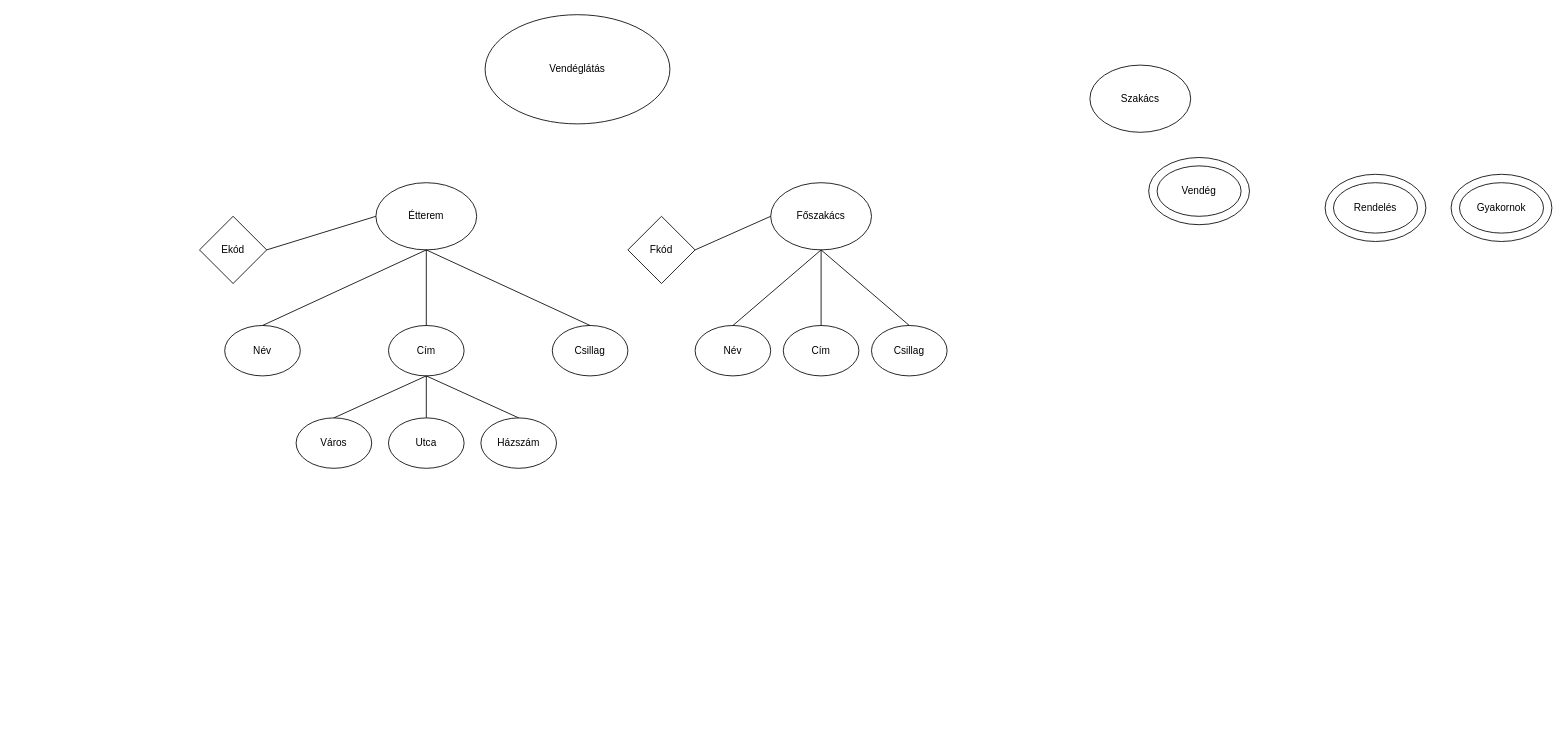
Above: XGBT95_1008/XDMXGBT95.drawio in vaszil1337/XGBT95WebXML (draw.io), before the change. Source tidied: cells renumbered, new cells numbered last; positions are measured from the earlier drawing's top-left corner, leaving out a move shared by most shapes. Both pictures are drawn from the tidied source at 84%, with x=0, y=0 at pixel (199, 14).
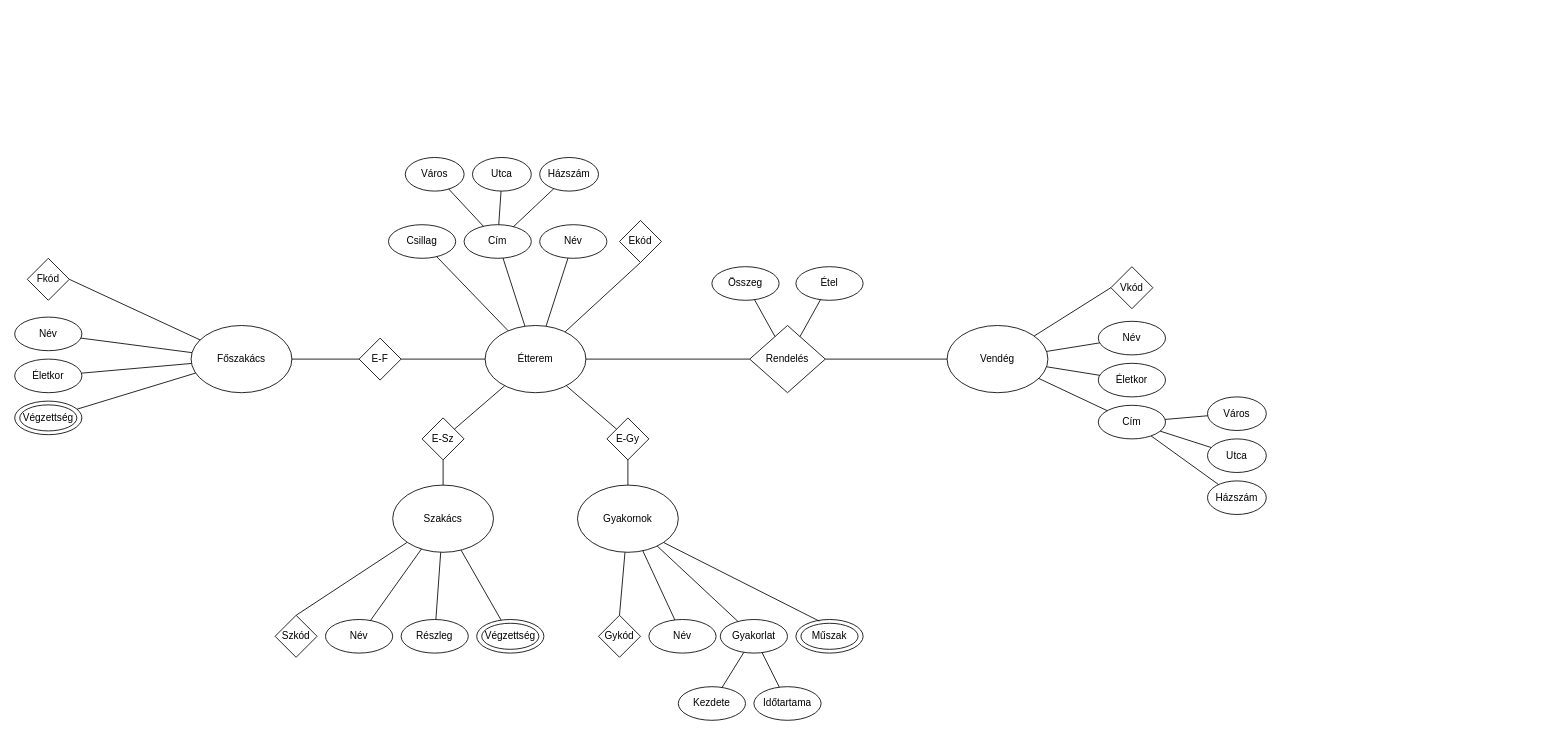
The same diagram, later.

What changed in the source:
```diff
@@
-    <mxCell id="2" value="Vendéglátás" style="ellipse;whiteSpace=wrap;html=1;" parent="1" vertex="1">
-      <mxGeometry x="340" width="220" height="130" as="geometry" />
-    </mxCell>
+    <mxCell id="25" value="Főszakács" style="ellipse;whiteSpace=wrap;html=1;" parent="1" vertex="1">
+      <mxGeometry x="-10" y="370" width="120" height="80" as="geometry" />
+    </mxCell>
+    <mxCell id="34" value="Név" style="ellipse;whiteSpace=wrap;html=1;" parent="1" vertex="1">
+      <mxGeometry x="-220" y="360" width="80" height="40" as="geometry" />
+    </mxCell>
+    <mxCell id="35" value="Életkor" style="ellipse;whiteSpace=wrap;html=1;" parent="1" vertex="1">
+      <mxGeometry x="-220" y="410" width="80" height="40" as="geometry" />
+    </mxCell>
+    <mxCell id="36" value="Végzettség" style="ellipse;whiteSpace=wrap;html=1;" parent="1" vertex="1">
+      <mxGeometry x="-220" y="460" width="80" height="40" as="geometry" />
+    </mxCell>
+    <mxCell id="33" style="endArrow=none;exitX=1;exitY=0.5;exitDx=0;exitDy=0;" parent="1" edge="1" source="26" target="25">
+      <mxGeometry relative="1" as="geometry" />
+    </mxCell>
+    <mxCell id="37" style="endArrow=none;" parent="1" edge="1" source="34" target="25">
+      <mxGeometry relative="1" as="geometry" />
+    </mxCell>
+    <mxCell id="38" style="endArrow=none;" parent="1" edge="1" source="35" target="25">
+      <mxGeometry relative="1" as="geometry" />
+    </mxCell>
+    <mxCell id="39" style="endArrow=none;" parent="1" edge="1" source="36" target="25">
+      <mxGeometry relative="1" as="geometry" />
+    </mxCell>
+    <mxCell id="4" value="Étterem" style="ellipse;whiteSpace=wrap;html=1;" parent="1" vertex="1">
+      <mxGeometry x="340" y="370" width="120" height="80" as="geometry" />
+    </mxCell>
+    <mxCell id="40" value="Név" style="ellipse;whiteSpace=wrap;html=1;" parent="1" vertex="1">
+      <mxGeometry x="405" y="250" width="80" height="40" as="geometry" />
+    </mxCell>
+    <mxCell id="41" value="Cím" style="ellipse;whiteSpace=wrap;html=1;" parent="1" vertex="1">
+      <mxGeometry x="315" y="250" width="80" height="40" as="geometry" />
+    </mxCell>
+    <mxCell id="42" value="Csillag" style="ellipse;whiteSpace=wrap;html=1;" parent="1" vertex="1">
+      <mxGeometry x="225" y="250" width="80" height="40" as="geometry" />
+    </mxCell>
+    <mxCell id="43" value="Város" style="ellipse;whiteSpace=wrap;html=1;" parent="1" vertex="1">
+      <mxGeometry x="245" y="170" width="70" height="40" as="geometry" />
+    </mxCell>
+    <mxCell id="44" value="Utca" style="ellipse;whiteSpace=wrap;html=1;" parent="1" vertex="1">
+      <mxGeometry x="325" y="170" width="70" height="40" as="geometry" />
+    </mxCell>
+    <mxCell id="45" value="Házszám" style="ellipse;whiteSpace=wrap;html=1;" parent="1" vertex="1">
+      <mxGeometry x="405" y="170" width="70" height="40" as="geometry" />
+    </mxCell>
+    <mxCell id="24" style="endArrow=none;exitX=0.5;exitY=1;exitDx=0;exitDy=0;" parent="1" edge="1" source="11" target="4">
+      <mxGeometry relative="1" as="geometry" />
+    </mxCell>
+    <mxCell id="46" style="endArrow=none;" parent="1" edge="1" source="40" target="4">
+      <mxGeometry relative="1" as="geometry" />
+    </mxCell>
+    <mxCell id="47" style="endArrow=none;" parent="1" edge="1" source="41" target="4">
+      <mxGeometry relative="1" as="geometry" />
+    </mxCell>
+    <mxCell id="48" style="endArrow=none;" parent="1" edge="1" source="42" target="4">
+      <mxGeometry relative="1" as="geometry" />
+    </mxCell>
+    <mxCell id="49" style="endArrow=none;" parent="1" edge="1" source="43" target="41">
+      <mxGeometry relative="1" as="geometry" />
+    </mxCell>
+    <mxCell id="50" style="endArrow=none;" parent="1" edge="1" source="44" target="41">
+      <mxGeometry relative="1" as="geometry" />
+    </mxCell>
+    <mxCell id="51" style="endArrow=none;" parent="1" edge="1" source="45" target="41">
+      <mxGeometry relative="1" as="geometry" />
+    </mxCell>
+    <mxCell id="52" value="E-F" style="rhombus;whiteSpace=wrap;html=1;" parent="1" vertex="1">
+      <mxGeometry x="190" y="385" width="50" height="50" as="geometry" />
+    </mxCell>
+    <mxCell id="53" style="endArrow=none;" parent="1" edge="1" source="25" target="52">
+      <mxGeometry relative="1" as="geometry" />
+    </mxCell>
+    <mxCell id="54" style="endArrow=none;" parent="1" edge="1" source="52" target="4">
+      <mxGeometry relative="1" as="geometry" />
+    </mxCell>
     <mxCell id="3" value="Szakács" style="ellipse;whiteSpace=wrap;html=1;" parent="1" vertex="1">
-      <mxGeometry x="1060" y="60" width="120" height="80" as="geometry" />
+      <mxGeometry x="230" y="560" width="120" height="80" as="geometry" />
     </mxCell>
-    <mxCell id="4" value="Étterem" style="ellipse;whiteSpace=wrap;html=1;" parent="1" vertex="1">
-      <mxGeometry x="210" y="200" width="120" height="80" as="geometry" />
-    </mxCell>
+    <mxCell id="55" value="Név" style="ellipse;whiteSpace=wrap;html=1;" parent="1" vertex="1">
+      <mxGeometry x="150" y="720" width="80" height="40" as="geometry" />
+    </mxCell>
+    <mxCell id="56" value="Részleg" style="ellipse;whiteSpace=wrap;html=1;" parent="1" vertex="1">
+      <mxGeometry x="240" y="720" width="80" height="40" as="geometry" />
+    </mxCell>
+    <mxCell id="57" value="Végzettség" style="ellipse;whiteSpace=wrap;html=1;" parent="1" vertex="1">
+      <mxGeometry x="330" y="720" width="80" height="40" as="geometry" />
+    </mxCell>
+    <mxCell id="58" style="endArrow=none;exitX=0.5;exitY=0;exitDx=0;exitDy=0;" parent="1" edge="1" source="101" target="3">
+      <mxGeometry relative="1" as="geometry" />
+    </mxCell>
+    <mxCell id="59" style="endArrow=none;" parent="1" edge="1" source="55" target="3">
+      <mxGeometry relative="1" as="geometry" />
+    </mxCell>
+    <mxCell id="60" style="endArrow=none;" parent="1" edge="1" source="56" target="3">
+      <mxGeometry relative="1" as="geometry" />
+    </mxCell>
+    <mxCell id="61" style="endArrow=none;" parent="1" edge="1" source="57" target="3">
+      <mxGeometry relative="1" as="geometry" />
+    </mxCell>
+    <mxCell id="62" value="E-Sz" style="rhombus;whiteSpace=wrap;html=1;" parent="1" vertex="1">
+      <mxGeometry x="265" y="480" width="50" height="50" as="geometry" />
+    </mxCell>
+    <mxCell id="63" style="endArrow=none;" parent="1" edge="1" source="4" target="62">
+      <mxGeometry relative="1" as="geometry" />
+    </mxCell>
+    <mxCell id="64" style="endArrow=none;" parent="1" edge="1" source="62" target="3">
+      <mxGeometry relative="1" as="geometry" />
+    </mxCell>
+    <mxCell id="7" value="Gyakornok" style="ellipse;whiteSpace=wrap;html=1;" parent="1" vertex="1">
+      <mxGeometry x="450" y="560" width="120" height="80" as="geometry" />
+    </mxCell>
+    <mxCell id="65" value="Név" style="ellipse;whiteSpace=wrap;html=1;" parent="1" vertex="1">
+      <mxGeometry x="535" y="720" width="80" height="40" as="geometry" />
+    </mxCell>
+    <mxCell id="66" value="Gyakorlat" style="ellipse;whiteSpace=wrap;html=1;" parent="1" vertex="1">
+      <mxGeometry x="620" y="720" width="80" height="40" as="geometry" />
+    </mxCell>
+    <mxCell id="67" value="Kezdete" style="ellipse;whiteSpace=wrap;html=1;" parent="1" vertex="1">
+      <mxGeometry x="570" y="800" width="80" height="40" as="geometry" />
+    </mxCell>
+    <mxCell id="68" value="Időtartama" style="ellipse;whiteSpace=wrap;html=1;" parent="1" vertex="1">
+      <mxGeometry x="660" y="800" width="80" height="40" as="geometry" />
+    </mxCell>
+    <mxCell id="69" style="endArrow=none;exitX=0.5;exitY=0;exitDx=0;exitDy=0;" parent="1" edge="1" source="102" target="7">
+      <mxGeometry relative="1" as="geometry" />
+    </mxCell>
+    <mxCell id="70" style="endArrow=none;" parent="1" edge="1" source="65" target="7">
+      <mxGeometry relative="1" as="geometry" />
+    </mxCell>
+    <mxCell id="71" style="endArrow=none;" parent="1" edge="1" source="66" target="7">
+      <mxGeometry relative="1" as="geometry" />
+    </mxCell>
+    <mxCell id="72" style="endArrow=none;" parent="1" edge="1" source="67" target="66">
+      <mxGeometry relative="1" as="geometry" />
+    </mxCell>
+    <mxCell id="73" style="endArrow=none;" parent="1" edge="1" source="68" target="66">
+      <mxGeometry relative="1" as="geometry" />
+    </mxCell>
+    <mxCell id="74" value="E-Gy" style="rhombus;whiteSpace=wrap;html=1;" parent="1" vertex="1">
+      <mxGeometry x="485" y="480" width="50" height="50" as="geometry" />
+    </mxCell>
+    <mxCell id="75" style="endArrow=none;" parent="1" edge="1" source="4" target="74">
+      <mxGeometry relative="1" as="geometry" />
+    </mxCell>
+    <mxCell id="76" style="endArrow=none;" parent="1" edge="1" source="74" target="7">
+      <mxGeometry relative="1" as="geometry" />
+    </mxCell>
     <mxCell id="5" value="Vendég" style="ellipse;whiteSpace=wrap;html=1;" parent="1" vertex="1">
-      <mxGeometry x="1130" y="170" width="120" height="80" as="geometry" />
+      <mxGeometry x="890" y="370" width="120" height="80" as="geometry" />
     </mxCell>
+    <mxCell id="77" value="Név" style="ellipse;whiteSpace=wrap;html=1;" parent="1" vertex="1">
+      <mxGeometry x="1070" y="365" width="80" height="40" as="geometry" />
+    </mxCell>
+    <mxCell id="78" value="Életkor" style="ellipse;whiteSpace=wrap;html=1;" parent="1" vertex="1">
+      <mxGeometry x="1070" y="415" width="80" height="40" as="geometry" />
+    </mxCell>
+    <mxCell id="79" value="Cím" style="ellipse;whiteSpace=wrap;html=1;" parent="1" vertex="1">
+      <mxGeometry x="1070" y="465" width="80" height="40" as="geometry" />
+    </mxCell>
+    <mxCell id="80" value="Város" style="ellipse;whiteSpace=wrap;html=1;" parent="1" vertex="1">
+      <mxGeometry x="1200" y="455" width="70" height="40" as="geometry" />
+    </mxCell>
+    <mxCell id="81" value="Utca" style="ellipse;whiteSpace=wrap;html=1;" parent="1" vertex="1">
+      <mxGeometry x="1200" y="505" width="70" height="40" as="geometry" />
+    </mxCell>
+    <mxCell id="82" value="Házszám" style="ellipse;whiteSpace=wrap;html=1;" parent="1" vertex="1">
+      <mxGeometry x="1200" y="555" width="70" height="40" as="geometry" />
+    </mxCell>
+    <mxCell id="83" style="endArrow=none;exitX=0;exitY=0.5;exitDx=0;exitDy=0;" parent="1" edge="1" source="103" target="5">
+      <mxGeometry relative="1" as="geometry" />
+    </mxCell>
+    <mxCell id="84" style="endArrow=none;" parent="1" edge="1" source="77" target="5">
+      <mxGeometry relative="1" as="geometry" />
+    </mxCell>
+    <mxCell id="85" style="endArrow=none;" parent="1" edge="1" source="78" target="5">
+      <mxGeometry relative="1" as="geometry" />
+    </mxCell>
+    <mxCell id="86" style="endArrow=none;" parent="1" edge="1" source="79" target="5">
+      <mxGeometry relative="1" as="geometry" />
+    </mxCell>
+    <mxCell id="87" style="endArrow=none;" parent="1" edge="1" source="80" target="79">
+      <mxGeometry relative="1" as="geometry" />
+    </mxCell>
+    <mxCell id="88" style="endArrow=none;" parent="1" edge="1" source="81" target="79">
+      <mxGeometry relative="1" as="geometry" />
+    </mxCell>
+    <mxCell id="89" style="endArrow=none;" parent="1" edge="1" source="82" target="79">
+      <mxGeometry relative="1" as="geometry" />
+    </mxCell>
-    <mxCell id="6" value="Rendelés" style="ellipse;whiteSpace=wrap;html=1;" parent="1" vertex="1">
-      <mxGeometry x="1340" y="190" width="120" height="80" as="geometry" />
+    <mxCell id="6" value="Rendelés" style="rhombus;whiteSpace=wrap;html=1;" parent="1" vertex="1">
+      <mxGeometry x="655" y="370" width="90" height="80" as="geometry" />
     </mxCell>
-    <mxCell id="7" value="Gyakornok" style="ellipse;whiteSpace=wrap;html=1;" parent="1" vertex="1">
-      <mxGeometry x="1490" y="190" width="120" height="80" as="geometry" />
-    </mxCell>
-    <mxCell id="8" style="ellipse;whiteSpace=wrap;html=1;fillColor=none;" parent="1" vertex="1">
-      <mxGeometry x="1500" y="200" width="100" height="60" as="geometry" />
-    </mxCell>
-    <mxCell id="9" style="ellipse;whiteSpace=wrap;html=1;fillColor=none;" parent="1" vertex="1">
-      <mxGeometry x="1140" y="180" width="100" height="60" as="geometry" />
-    </mxCell>
-    <mxCell id="10" style="ellipse;whiteSpace=wrap;html=1;fillColor=none;" parent="1" vertex="1">
-      <mxGeometry x="1350" y="200" width="100" height="60" as="geometry" />
-    </mxCell>
+    <mxCell id="90" value="Összeg" style="ellipse;whiteSpace=wrap;html=1;" parent="1" vertex="1">
+      <mxGeometry x="610" y="300" width="80" height="40" as="geometry" />
+    </mxCell>
+    <mxCell id="91" value="Étel" style="ellipse;whiteSpace=wrap;html=1;" parent="1" vertex="1">
+      <mxGeometry x="710" y="300" width="80" height="40" as="geometry" />
+    </mxCell>
+    <mxCell id="92" style="endArrow=none;" parent="1" edge="1" source="90" target="6">
+      <mxGeometry relative="1" as="geometry" />
+    </mxCell>
+    <mxCell id="93" style="endArrow=none;" parent="1" edge="1" source="91" target="6">
+      <mxGeometry relative="1" as="geometry" />
+    </mxCell>
+    <mxCell id="94" style="endArrow=none;" parent="1" edge="1" source="6" target="4">
+      <mxGeometry relative="1" as="geometry" />
+    </mxCell>
+    <mxCell id="95" style="endArrow=none;" parent="1" edge="1" source="6" target="5">
+      <mxGeometry relative="1" as="geometry" />
+    </mxCell>
+    <mxCell id="96" value="Műszak" style="ellipse;whiteSpace=wrap;html=1;perimeterSpacing=0;fillStyle=solid;" parent="1" vertex="1">
+      <mxGeometry x="710" y="720" width="80" height="40" as="geometry" />
+    </mxCell>
+    <mxCell id="97" style="endArrow=none;entryX=1;entryY=1;entryDx=0;entryDy=0;" parent="1" edge="1" target="7">
+      <mxGeometry relative="1" as="geometry">
+        <mxPoint x="738" y="722" as="sourcePoint" />
+      </mxGeometry>
+    </mxCell>
+    <mxCell id="98" style="ellipse;whiteSpace=wrap;html=1;fillColor=none;fontSize=11;" parent="1" vertex="1">
+      <mxGeometry x="-214" y="464.5" width="68" height="31" as="geometry" />
+    </mxCell>
+    <mxCell id="99" style="ellipse;whiteSpace=wrap;html=1;fillColor=none;fontSize=11;" parent="1" vertex="1">
+      <mxGeometry x="336" y="724.5" width="68" height="31" as="geometry" />
+    </mxCell>
+    <mxCell id="100" style="ellipse;whiteSpace=wrap;html=1;fillColor=none;fontSize=11;" parent="1" vertex="1">
+      <mxGeometry x="716" y="724.5" width="68" height="31" as="geometry" />
+    </mxCell>
+    <mxCell id="26" value="Fkód" style="rhombus;whiteSpace=wrap;html=1;" parent="1" vertex="1">
+      <mxGeometry x="-205" y="290" width="50" height="50" as="geometry" />
+    </mxCell>
+    <mxCell id="101" value="Szkód" style="rhombus;whiteSpace=wrap;html=1;" parent="1" vertex="1">
+      <mxGeometry x="90" y="715" width="50" height="50" as="geometry" />
+    </mxCell>
+    <mxCell id="102" value="Gykód" style="rhombus;whiteSpace=wrap;html=1;" parent="1" vertex="1">
+      <mxGeometry x="475" y="715" width="50" height="50" as="geometry" />
+    </mxCell>
     <mxCell id="11" value="Ekód" style="rhombus;whiteSpace=wrap;html=1;" parent="1" vertex="1">
-      <mxGeometry y="240" width="80" height="80" as="geometry" />
+      <mxGeometry x="500" y="245" width="50" height="50" as="geometry" />
     </mxCell>
-    <mxCell id="12" value="Név" style="ellipse;whiteSpace=wrap;html=1;" parent="1" vertex="1">
-      <mxGeometry x="30" y="370" width="90" height="60" as="geometry" />
-    </mxCell>
-    <mxCell id="13" value="Cím" style="ellipse;whiteSpace=wrap;html=1;" parent="1" vertex="1">
-      <mxGeometry x="225" y="370" width="90" height="60" as="geometry" />
-    </mxCell>
-    <mxCell id="14" value="Csillag" style="ellipse;whiteSpace=wrap;html=1;" parent="1" vertex="1">
-      <mxGeometry x="420" y="370" width="90" height="60" as="geometry" />
-    </mxCell>
-    <mxCell id="15" value="Város" style="ellipse;whiteSpace=wrap;html=1;" parent="1" vertex="1">
-      <mxGeometry x="115" y="480" width="90" height="60" as="geometry" />
-    </mxCell>
-    <mxCell id="16" value="Utca" style="ellipse;whiteSpace=wrap;html=1;" parent="1" vertex="1">
-      <mxGeometry x="225" y="480" width="90" height="60" as="geometry" />
-    </mxCell>
-    <mxCell id="17" value="Házszám" style="ellipse;whiteSpace=wrap;html=1;" parent="1" vertex="1">
-      <mxGeometry x="335" y="480" width="90" height="60" as="geometry" />
-    </mxCell>
-    <mxCell id="18" style="endArrow=none;html=1;rounded=0;entryX=0.5;entryY=1;entryDx=0;entryDy=0;exitX=0.5;exitY=0;exitDx=0;exitDy=0;" parent="1" edge="1" source="13" target="4">
-      <mxGeometry relative="1" as="geometry" />
-    </mxCell>
-    <mxCell id="19" style="endArrow=none;html=1;rounded=0;exitX=0.5;exitY=0;exitDx=0;exitDy=0;entryX=0.5;entryY=1;entryDx=0;entryDy=0;" parent="1" edge="1" source="12" target="4">
-      <mxGeometry relative="1" as="geometry" />
-    </mxCell>
-    <mxCell id="20" style="endArrow=none;html=1;rounded=0;entryX=0.5;entryY=1;entryDx=0;entryDy=0;exitX=0.5;exitY=0;exitDx=0;exitDy=0;" parent="1" edge="1" source="14" target="4">
-      <mxGeometry relative="1" as="geometry" />
-    </mxCell>
-    <mxCell id="21" style="endArrow=none;html=1;rounded=0;exitX=0.5;exitY=1;exitDx=0;exitDy=0;entryX=0.5;entryY=0;entryDx=0;entryDy=0;" parent="1" edge="1" source="13" target="16">
-      <mxGeometry relative="1" as="geometry" />
-    </mxCell>
-    <mxCell id="22" style="endArrow=none;html=1;rounded=0;exitX=0.5;exitY=1;exitDx=0;exitDy=0;entryX=0.5;entryY=0;entryDx=0;entryDy=0;" parent="1" edge="1" source="13" target="15">
-      <mxGeometry relative="1" as="geometry" />
-    </mxCell>
-    <mxCell id="23" style="endArrow=none;html=1;rounded=0;exitX=0.5;exitY=0;exitDx=0;exitDy=0;entryX=0.5;entryY=1;entryDx=0;entryDy=0;" parent="1" edge="1" source="17" target="13">
-      <mxGeometry relative="1" as="geometry" />
-    </mxCell>
-    <mxCell id="24" style="endArrow=none;html=1;rounded=0;exitX=1;exitY=0.5;exitDx=0;exitDy=0;entryX=0;entryY=0.5;entryDx=0;entryDy=0;" parent="1" edge="1" source="11" target="4">
-      <mxGeometry relative="1" as="geometry" />
-    </mxCell>
-    <mxCell id="25" value="Főszakács" style="ellipse;whiteSpace=wrap;html=1;" parent="1" vertex="1">
-      <mxGeometry x="680" y="200" width="120" height="80" as="geometry" />
-    </mxCell>
-    <mxCell id="26" value="Fkód" style="rhombus;whiteSpace=wrap;html=1;" parent="1" vertex="1">
-      <mxGeometry x="510" y="240" width="80" height="80" as="geometry" />
-    </mxCell>
-    <mxCell id="27" value="Név" style="ellipse;whiteSpace=wrap;html=1;" parent="1" vertex="1">
-      <mxGeometry x="590" y="370" width="90" height="60" as="geometry" />
-    </mxCell>
-    <mxCell id="28" value="Cím" style="ellipse;whiteSpace=wrap;html=1;" parent="1" vertex="1">
-      <mxGeometry x="695" y="370" width="90" height="60" as="geometry" />
-    </mxCell>
-    <mxCell id="29" value="Csillag" style="ellipse;whiteSpace=wrap;html=1;" parent="1" vertex="1">
-      <mxGeometry x="800" y="370" width="90" height="60" as="geometry" />
-    </mxCell>
-    <mxCell id="30" style="endArrow=none;html=1;rounded=0;entryX=0.5;entryY=1;entryDx=0;entryDy=0;exitX=0.5;exitY=0;exitDx=0;exitDy=0;" parent="1" edge="1" source="28" target="25">
-      <mxGeometry relative="1" as="geometry" />
-    </mxCell>
-    <mxCell id="31" style="endArrow=none;html=1;rounded=0;exitX=0.5;exitY=0;exitDx=0;exitDy=0;entryX=0.5;entryY=1;entryDx=0;entryDy=0;" parent="1" edge="1" source="27" target="25">
-      <mxGeometry relative="1" as="geometry" />
-    </mxCell>
-    <mxCell id="32" style="endArrow=none;html=1;rounded=0;entryX=0.5;entryY=1;entryDx=0;entryDy=0;exitX=0.5;exitY=0;exitDx=0;exitDy=0;" parent="1" edge="1" source="29" target="25">
-      <mxGeometry relative="1" as="geometry" />
-    </mxCell>
-    <mxCell id="33" style="endArrow=none;html=1;rounded=0;exitX=1;exitY=0.5;exitDx=0;exitDy=0;entryX=0;entryY=0.5;entryDx=0;entryDy=0;" parent="1" edge="1" source="26" target="25">
-      <mxGeometry relative="1" as="geometry" />
-    </mxCell>
+    <mxCell id="103" value="Vkód" style="rhombus;whiteSpace=wrap;html=1;" parent="1" vertex="1">
+      <mxGeometry x="1085" y="300" width="50" height="50" as="geometry" />
+    </mxCell>
```
